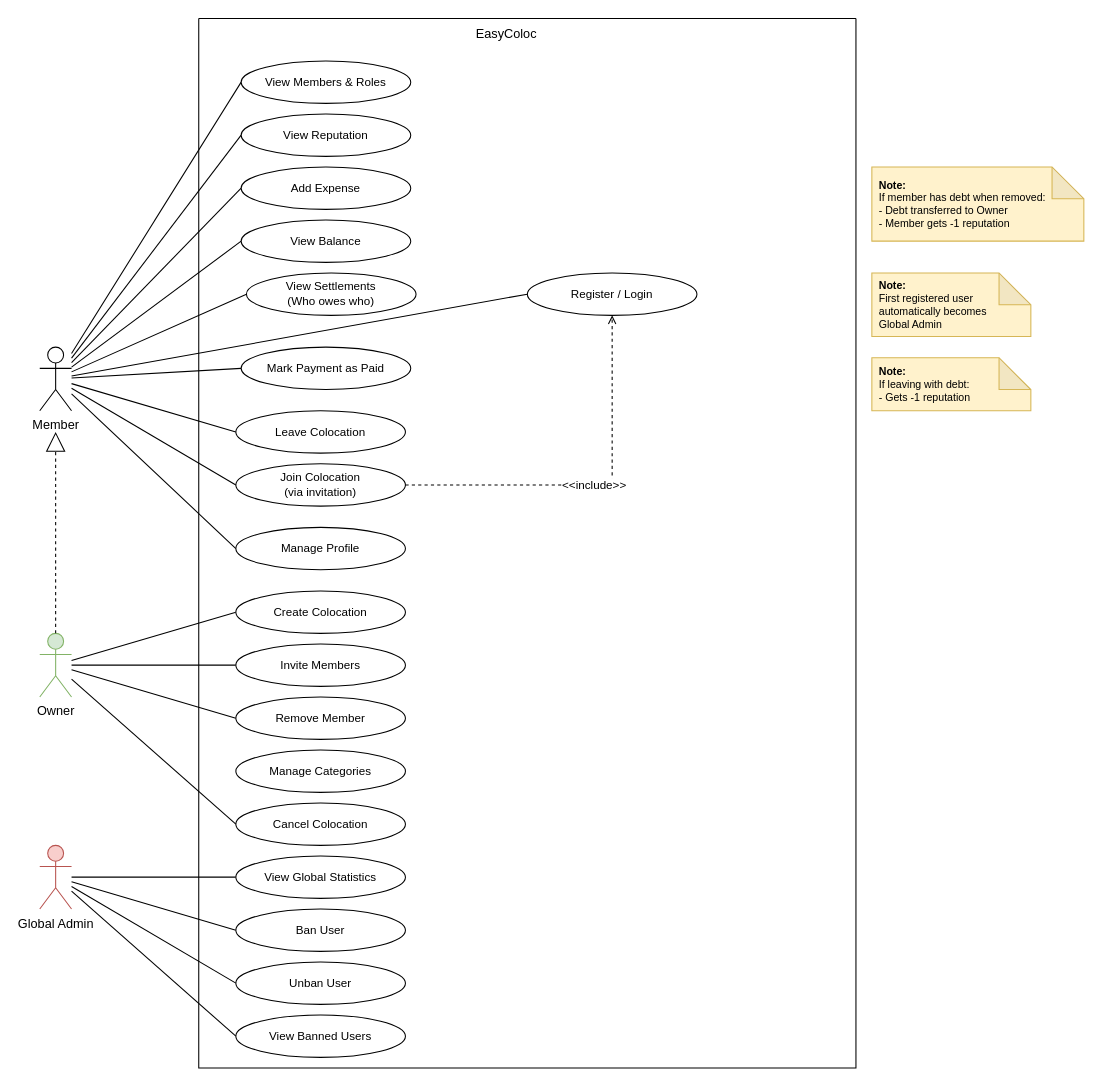
The draw.io diagram UML/useCaseDiagram.drawio in bahaztariq/EasyColoc, before the edit. Source tidied: cells renumbered, new cells numbered last; positions are measured from the earlier drawing's top-left corner, leaving out a move shared by most shapes. Both pictures are drawn from the tidied source at 106%, with x=0, y=0 at pixel (39, 18).
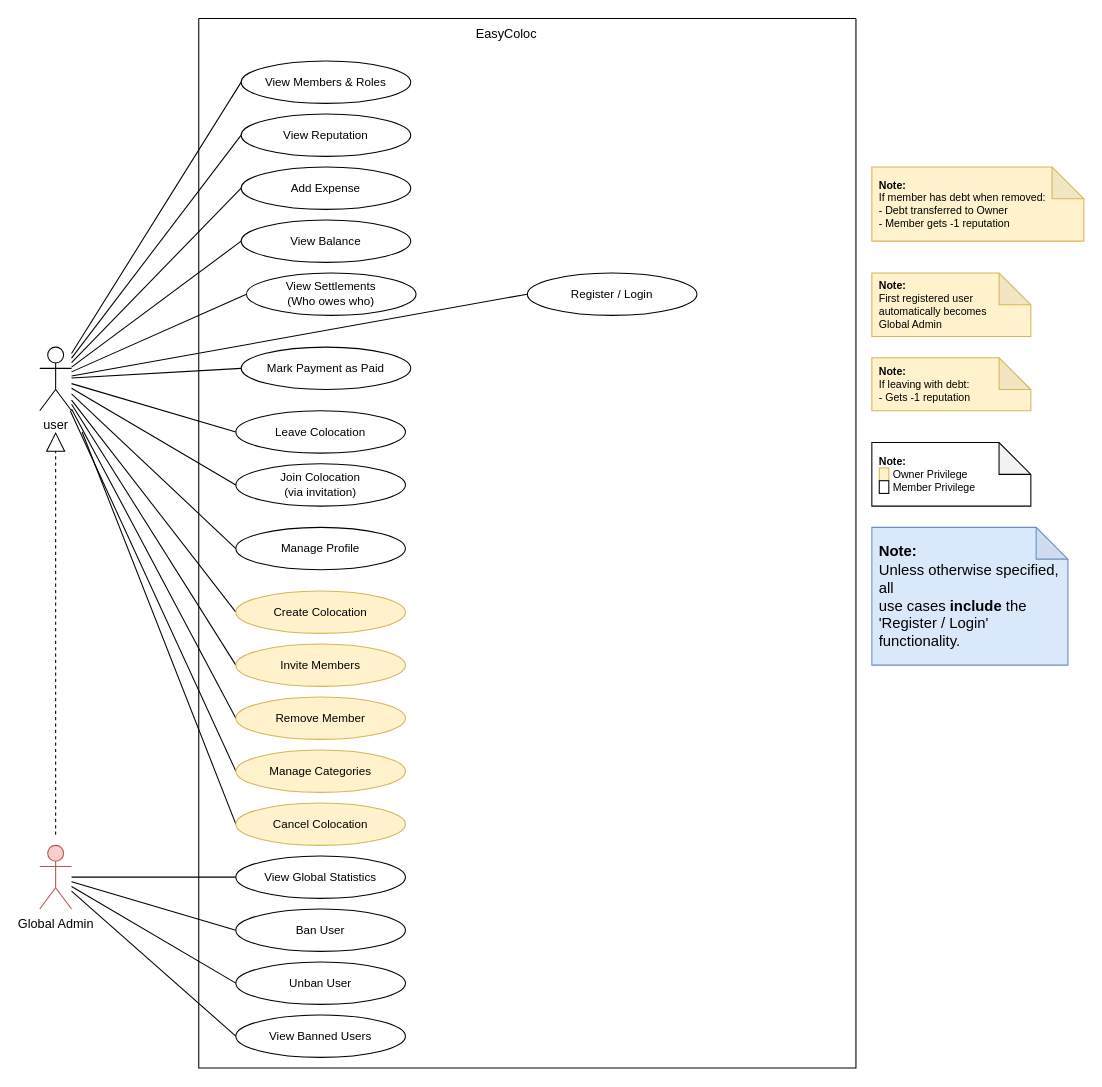
After the change.

Commit message (it also covers changes not shown here):
Refactor use case diagram: Update actor labels, adjust edge properties, and enhance note visibility

The change refers to these unchanged cells:
```xml
<mxCell id="27" style="swimlane;startSize=0;" parent="1" vertex="1">
  <mxGeometry x="150" width="620" height="990" as="geometry" />
</mxCell>
<mxCell id="45" value="Join Colocation&lt;br&gt;(via invitation)" style="ellipse;whiteSpace=wrap;html=1;fontSize=11;fillColor=#ffffff;" parent="27" vertex="1">
  <mxGeometry x="35" y="420" width="160" height="40" as="geometry" />
</mxCell>
<mxCell id="47" value="Register / Login" style="ellipse;whiteSpace=wrap;html=1;fontSize=11;fillColor=#ffffff;" parent="27" vertex="1">
  <mxGeometry x="310" y="240" width="160" height="40" as="geometry" />
</mxCell>
```

Change to the diagram source:
```diff
@@
+    <mxCell id="49" style="edgeStyle=none;html=1;entryX=0;entryY=0.5;entryDx=0;entryDy=0;endArrow=none;endFill=0;" parent="1" edge="1" source="6" target="29">
+      <mxGeometry relative="1" as="geometry" />
+    </mxCell>
-    <mxCell id="6" value="Member" style="shape=umlActor;verticalLabelPosition=bottom;verticalAlign=top;html=1;outlineConnect=0;fontSize=12;" parent="1" vertex="1">
+    <mxCell id="6" value="user" style="shape=umlActor;verticalLabelPosition=bottom;verticalAlign=top;html=1;outlineConnect=0;fontSize=12;" parent="1" vertex="1">
       <mxGeometry y="310" width="30" height="60" as="geometry" />
     </mxCell>
-    <mxCell id="7" value="Owner" style="shape=umlActor;verticalLabelPosition=bottom;verticalAlign=top;html=1;outlineConnect=0;fontSize=12;fillColor=#d5e8d4;strokeColor=#82b366;" parent="1" vertex="1">
-      <mxGeometry y="580" width="30" height="60" as="geometry" />
-    </mxCell>
@@
-    <mxCell id="10" style="endArrow=block;endSize=16;endFill=0;html=1;rounded=0;dashed=1;" parent="1" edge="1" source="7">
+    <mxCell id="10" style="endArrow=block;endSize=16;endFill=0;html=1;rounded=0;dashed=1;" parent="1" edge="1">
       <mxGeometry relative="1" as="geometry">
+        <mxPoint x="15" y="770" as="sourcePoint" />
         <mxPoint x="15" y="390" as="targetPoint" />
       </mxGeometry>
     </mxCell>
@@
-    <mxCell id="17" style="endArrow=none;html=1;rounded=0;entryX=0;entryY=0.5;entryDx=0;entryDy=0;" parent="1" edge="1" source="7" target="33">
-      <mxGeometry relative="1" as="geometry" />
+    <mxCell id="17" style="endArrow=none;html=1;rounded=0;entryX=0;entryY=0.5;entryDx=0;entryDy=0;" parent="1" edge="1" target="33">
+      <mxGeometry relative="1" as="geometry">
+        <mxPoint x="30" y="360" as="sourcePoint" />
+      </mxGeometry>
     </mxCell>
-    <mxCell id="18" style="endArrow=none;html=1;rounded=0;entryX=0;entryY=0.5;entryDx=0;entryDy=0;" parent="1" edge="1" source="7" target="29">
-      <mxGeometry relative="1" as="geometry" />
-    </mxCell>
-    <mxCell id="19" style="endArrow=none;html=1;rounded=0;entryX=0;entryY=0.5;entryDx=0;entryDy=0;" parent="1" edge="1" source="7" target="30">
+    <mxCell id="19" style="endArrow=none;html=1;rounded=0;entryX=0;entryY=0.5;entryDx=0;entryDy=0;" parent="1" edge="1" source="6" target="30">
       <mxGeometry relative="1" as="geometry" />
     </mxCell>
-    <mxCell id="20" style="endArrow=none;html=1;rounded=0;entryX=0;entryY=0.5;entryDx=0;entryDy=0;" parent="1" edge="1" source="7" target="32">
-      <mxGeometry relative="1" as="geometry" />
+    <mxCell id="20" style="endArrow=none;html=1;rounded=0;entryX=0;entryY=0.5;entryDx=0;entryDy=0;" parent="1" edge="1" target="32">
+      <mxGeometry relative="1" as="geometry">
+        <mxPoint x="40" y="390" as="sourcePoint" />
+      </mxGeometry>
     </mxCell>
+    <mxCell id="50" style="edgeStyle=none;html=1;entryX=0;entryY=0.5;entryDx=0;entryDy=0;endArrow=none;endFill=0;" parent="1" edge="1" source="6" target="31">
+      <mxGeometry relative="1" as="geometry" />
+    </mxCell>
@@
+    <mxCell id="51" value="&lt;b&gt;Note:&lt;/b&gt;&lt;br&gt;&lt;span style=&quot;background-color: rgb(255, 242, 204); border: 1px solid rgb(214, 182, 86);&quot;&gt;&amp;nbsp;&amp;nbsp;&amp;nbsp;&lt;/span&gt; Owner Privilege&lt;br&gt;&lt;span style=&quot;background-color: rgb(255, 255, 255); border: 1px solid rgb(0, 0, 0);&quot;&gt;&amp;nbsp;&amp;nbsp;&amp;nbsp;&lt;/span&gt;&amp;nbsp;Member Privilege" style="shape=note;whiteSpace=wrap;html=1;backgroundOutline=1;darkOpacity=0.05;fontSize=10;fillColor=#ffffff;strokeColor=#000000;align=left;spacingLeft=5;" parent="1" vertex="1">
+      <mxGeometry x="785" y="400" width="150" height="60" as="geometry" />
+    </mxCell>
+    <mxCell id="52" value="&lt;font style=&quot;font-size: 14px;&quot;&gt;&lt;b style=&quot;&quot;&gt;Note:&lt;/b&gt;&lt;br&gt;Unless otherwise specified, all&lt;br&gt;use cases &lt;b style=&quot;&quot;&gt;include&lt;/b&gt; the&lt;br&gt;'Register / Login' functionality.&lt;/font&gt;" style="shape=note;whiteSpace=wrap;html=1;backgroundOutline=1;darkOpacity=0.05;fontSize=10;fillColor=#dae8fc;strokeColor=#6c8ebf;align=left;spacingLeft=5;" parent="1" vertex="1">
+      <mxGeometry x="785" y="480" width="185" height="130" as="geometry" />
+    </mxCell>
@@
-    <mxCell id="29" value="Invite Members" style="ellipse;whiteSpace=wrap;html=1;fontSize=11;fillColor=#ffffff;" parent="27" vertex="1">
+    <mxCell id="29" value="Invite Members" style="ellipse;whiteSpace=wrap;html=1;fontSize=11;fillColor=#fff2cc;strokeColor=#d6b656;" parent="27" vertex="1">
       <mxGeometry x="35" y="590" width="160" height="40" as="geometry" />
     </mxCell>
-    <mxCell id="30" value="Remove Member" style="ellipse;whiteSpace=wrap;html=1;fontSize=11;fillColor=#ffffff;" parent="27" vertex="1">
+    <mxCell id="30" value="Remove Member" style="ellipse;whiteSpace=wrap;html=1;fontSize=11;fillColor=#fff2cc;strokeColor=#d6b656;" parent="27" vertex="1">
       <mxGeometry x="35" y="640" width="160" height="40" as="geometry" />
     </mxCell>
-    <mxCell id="31" value="Manage Categories" style="ellipse;whiteSpace=wrap;html=1;fontSize=11;fillColor=#ffffff;" parent="27" vertex="1">
+    <mxCell id="31" value="Manage Categories" style="ellipse;whiteSpace=wrap;html=1;fontSize=11;fillColor=#fff2cc;strokeColor=#d6b656;" parent="27" vertex="1">
       <mxGeometry x="35" y="690" width="160" height="40" as="geometry" />
     </mxCell>
-    <mxCell id="32" value="Cancel Colocation" style="ellipse;whiteSpace=wrap;html=1;fontSize=11;fillColor=#ffffff;" parent="27" vertex="1">
+    <mxCell id="32" value="Cancel Colocation" style="ellipse;whiteSpace=wrap;html=1;fontSize=11;fillColor=#fff2cc;strokeColor=#d6b656;" parent="27" vertex="1">
       <mxGeometry x="35" y="740" width="160" height="40" as="geometry" />
     </mxCell>
-    <mxCell id="33" value="Create Colocation" style="ellipse;whiteSpace=wrap;html=1;fontSize=11;fillColor=#ffffff;" parent="27" vertex="1">
+    <mxCell id="33" value="Create Colocation" style="ellipse;whiteSpace=wrap;html=1;fontSize=11;fillColor=#fff2cc;strokeColor=#d6b656;" parent="27" vertex="1">
       <mxGeometry x="35" y="540" width="160" height="40" as="geometry" />
     </mxCell>
@@
-    <mxCell id="48" value="&amp;lt;&amp;lt;include&amp;gt;&amp;gt;" style="endArrow=open;dashed=1;html=1;rounded=0;startArrow=none;startFill=0;endFill=0;edgeStyle=orthogonalEdgeStyle;" parent="27" edge="1" source="45" target="47">
-      <mxGeometry relative="1" as="geometry" />
-    </mxCell>
```
